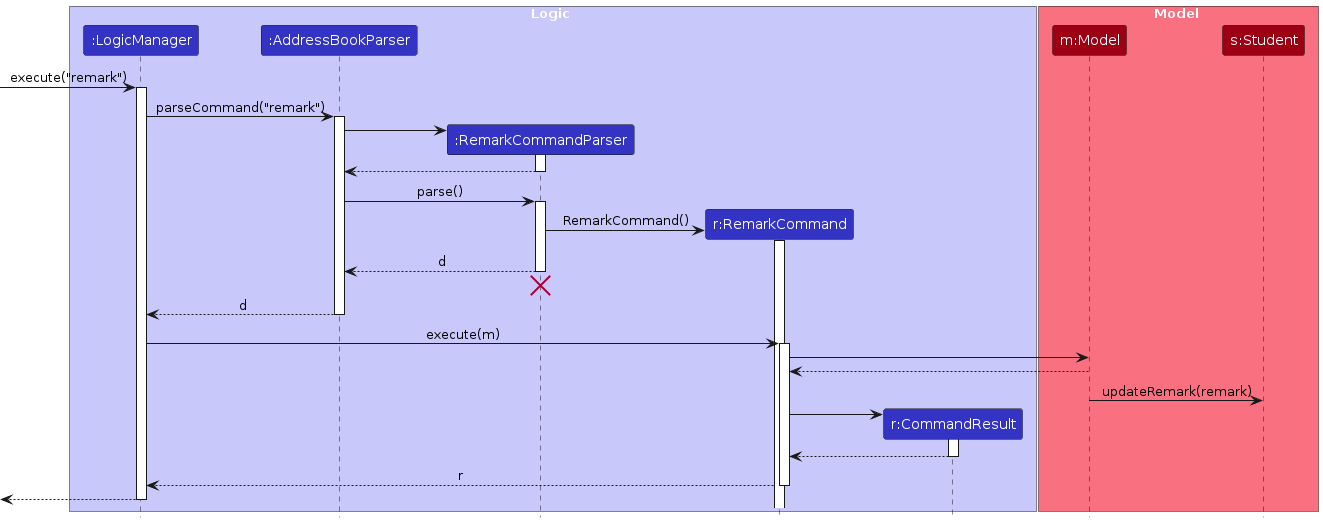
Above: diagrams/RemarkSequenceDiagram.png in AY2425S1-CS2103-F11-1/tp (PlantUML), before the change. Its source is kept beside it as diagrams/RemarkSequenceDiagram.puml.
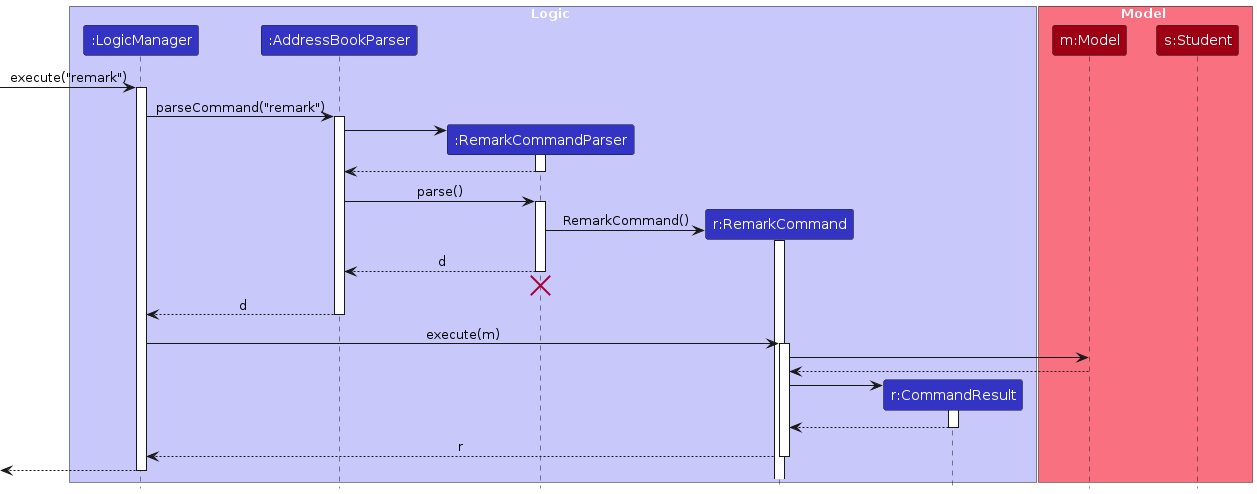
The same file after the commit.

What changed in the source:
```diff
@@ -49,10 +49,6 @@
 RemarkCommand -> Model :
 Model --> RemarkCommand
 
-Model -> Student : updateRemark(remark)
-deactivate Student
-deactivate Model
-
 create CommandResult
 RemarkCommand -> CommandResult
 activate CommandResult
```
